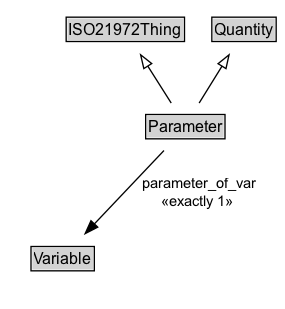
The Graphviz diagram docs/diagrams/Parameter.dot.png in ISO-TC204/ontology-i72-v1, before a commit. Its source is kept beside it as docs/diagrams/Parameter.dot. Its diagram source:
```dot
digraph {
	graph [overlap=false rankdir=TB splines=true]
	node [fontname=Arial fontsize=12 margin=0 shape=none]
	edge [fontname=Arial fontsize=11]
	{
		rank=max
		Parameter [label=<<TABLE BORDER="1" CELLBORDER="0" CELLSPACING="0" CELLPADDING="1"><TR><TD BGCOLOR="lightgray" ALIGN="CENTER" PORT="e">Parameter</TD></TR></TABLE>> URL="../Parameter.md" margin=0]
	}
	subgraph cluster_associated {
		label="" style=invis
		Invis [label=<<TABLE BORDER="0" CELLBORDER="0" CELLSPACING="0" CELLPADDING="1"><TR><TD></TD></TR></TABLE>> margin=0 style=invis]
		Variable [label=<<TABLE BORDER="1" CELLBORDER="0" CELLSPACING="0" CELLPADDING="1"><TR><TD BGCOLOR="lightgray" ALIGN="CENTER">Variable</TD></TR></TABLE>> URL="../Variable.md" margin=0]
	}
	ISO21972Thing [label=<<TABLE BORDER="1" CELLBORDER="0" CELLSPACING="0" CELLPADDING="1"><TR><TD BGCOLOR="lightgray" ALIGN="CENTER">ISO21972Thing</TD></TR></TABLE>> URL="../ISO21972Thing.md" margin=0]
	Parameter -> ISO21972Thing [arrowhead=onormal style=solid]
	Quantity [label=<<TABLE BORDER="1" CELLBORDER="0" CELLSPACING="0" CELLPADDING="1"><TR><TD BGCOLOR="lightgray" ALIGN="CENTER">Quantity</TD></TR></TABLE>> URL="../Quantity.md" margin=0]
	Parameter -> Quantity [arrowhead=onormal style=solid]
	Parameter -> Invis [style=invis]
	Invis -> Variable [style=invis]
	Parameter -> Variable [label=" parameter_of_var
 «exactly 1»  " arrowhead=normal style=solid]
}
```
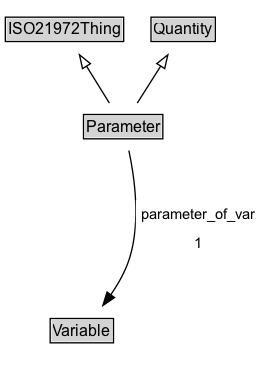
After the commit.

What changed in the source:
```diff
@@ -3,20 +3,23 @@
 	node [fontname=Arial fontsize=12 margin=0 shape=none]
 	edge [fontname=Arial fontsize=11]
 	{
+		rank=source
+		ISO21972Thing [label=<<TABLE BORDER="1" CELLBORDER="0" CELLSPACING="0" CELLPADDING="1"><TR><TD BGCOLOR="lightgray" ALIGN="CENTER">ISO21972Thing</TD></TR></TABLE>> URL="../ISO21972Thing" margin=0]
+		Quantity [label=<<TABLE BORDER="1" CELLBORDER="0" CELLSPACING="0" CELLPADDING="1"><TR><TD BGCOLOR="lightgray" ALIGN="CENTER">Quantity</TD></TR></TABLE>> URL="../Quantity" margin=0]
+	}
+	Parameter [label=<<TABLE BORDER="1" CELLBORDER="0" CELLSPACING="0" CELLPADDING="1"><TR><TD BGCOLOR="lightgray" ALIGN="CENTER">Parameter</TD></TR></TABLE>> URL="../Parameter" margin=0]
+	{
 		rank=max
-		Parameter [label=<<TABLE BORDER="1" CELLBORDER="0" CELLSPACING="0" CELLPADDING="1"><TR><TD BGCOLOR="lightgray" ALIGN="CENTER" PORT="e">Parameter</TD></TR></TABLE>> URL="../Parameter.md" margin=0]
 	}
 	subgraph cluster_associated {
 		label="" style=invis
 		Invis [label=<<TABLE BORDER="0" CELLBORDER="0" CELLSPACING="0" CELLPADDING="1"><TR><TD></TD></TR></TABLE>> margin=0 style=invis]
-		Variable [label=<<TABLE BORDER="1" CELLBORDER="0" CELLSPACING="0" CELLPADDING="1"><TR><TD BGCOLOR="lightgray" ALIGN="CENTER">Variable</TD></TR></TABLE>> URL="../Variable.md" margin=0]
+		Variable [label=<<TABLE BORDER="1" CELLBORDER="0" CELLSPACING="0" CELLPADDING="1"><TR><TD BGCOLOR="lightgray" ALIGN="CENTER">Variable</TD></TR></TABLE>> URL="../Variable" margin=0]
 	}
-	ISO21972Thing [label=<<TABLE BORDER="1" CELLBORDER="0" CELLSPACING="0" CELLPADDING="1"><TR><TD BGCOLOR="lightgray" ALIGN="CENTER">ISO21972Thing</TD></TR></TABLE>> URL="../ISO21972Thing.md" margin=0]
 	Parameter -> ISO21972Thing [arrowhead=onormal style=solid]
-	Quantity [label=<<TABLE BORDER="1" CELLBORDER="0" CELLSPACING="0" CELLPADDING="1"><TR><TD BGCOLOR="lightgray" ALIGN="CENTER">Quantity</TD></TR></TABLE>> URL="../Quantity.md" margin=0]
 	Parameter -> Quantity [arrowhead=onormal style=solid]
 	Parameter -> Invis [style=invis]
 	Invis -> Variable [style=invis]
-	Parameter -> Variable [label=" parameter_of_var
- «exactly 1»  " arrowhead=normal style=solid]
+	Variable [label=<<TABLE BORDER="1" CELLBORDER="0" CELLSPACING="0" CELLPADDING="1"><TR><TD BGCOLOR="lightgray" ALIGN="CENTER">Variable</TD></TR></TABLE>> URL="../Variable" margin=0]
+	Parameter -> Variable [label=<<TABLE BORDER="0" CELLBORDER="0" CELLSPACING="0" CELLPADDING="4" BGCOLOR="white"><TR><TD ALIGN="CENTER">parameter_of_var</TD></TR><TR><TD ALIGN="CENTER">1</TD></TR></TABLE>> arrowhead=normal style=solid]
 }
```
